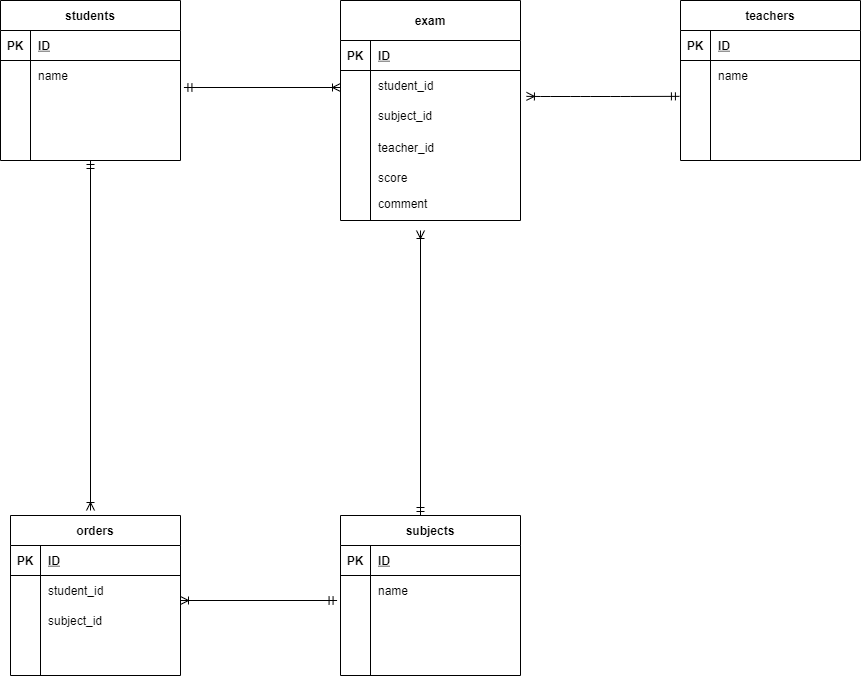
This is test.drawio.png from KentaIzu/DB, a draw.io export, as it was before one commit. Source tidied: cells renumbered, new cells last; positions are measured from the earlier drawing's top-left corner, leaving out a move shared by most shapes.
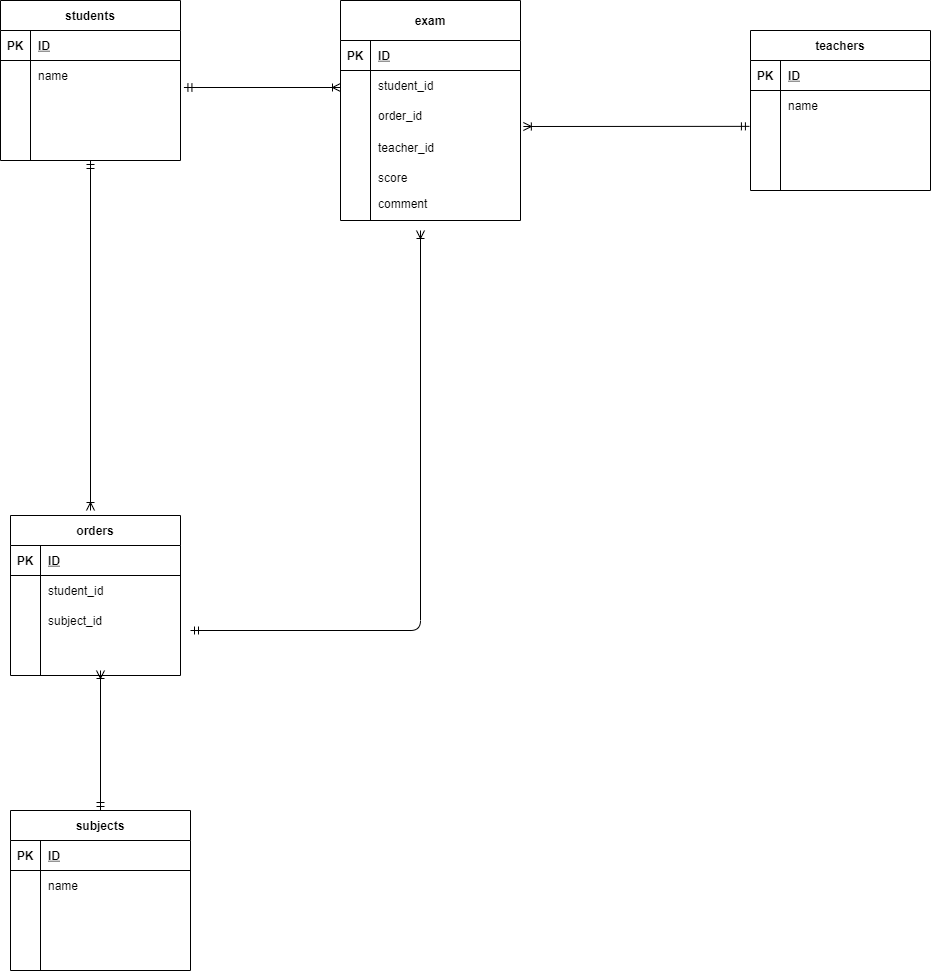
After the change.

Change to the diagram source:
```diff
@@ -42,7 +42,7 @@
       <mxGeometry x="30" width="150" height="30" as="geometry" />
     </mxCell>
     <mxCell id="15" value="teachers" style="shape=table;startSize=30;rowLines=0;fontStyle=1;align=center;" parent="1" vertex="1">
-      <mxGeometry x="680" width="180" height="160" as="geometry" />
+      <mxGeometry x="750" y="30" width="180" height="160" as="geometry" />
     </mxCell>
     <mxCell id="16" style="shape=partialRectangle;fillColor=none;top=0;left=0;bottom=1;right=0;" parent="15" vertex="1">
       <mxGeometry y="30" width="180" height="30" as="geometry" />
@@ -132,17 +132,13 @@
     <mxCell id="43" value="score" style="shape=partialRectangle;fillColor=none;top=0;left=0;bottom=0;right=0;align=left;spacingLeft=6;overflow=hidden;" parent="1" vertex="1">
       <mxGeometry x="370" y="150" width="160" height="53" as="geometry" />
     </mxCell>
-    <mxCell id="44" style="fontSize=12;html=1;endArrow=ERoneToMany;startArrow=ERmandOne;entryX=1.033;entryY=0.862;entryDx=0;entryDy=0;entryPerimeter=0;exitX=-0.006;exitY=0.195;exitDx=0;exitDy=0;exitPerimeter=0;" parent="1" edge="1" source="22" target="62">
+    <mxCell id="44" style="fontSize=12;html=1;endArrow=ERoneToMany;startArrow=ERmandOne;exitX=-0.006;exitY=0.195;exitDx=0;exitDy=0;exitPerimeter=0;" parent="1" edge="1" source="22">
       <mxGeometry relative="1" as="geometry">
-        <Array as="points">
-          <mxPoint x="620" y="96" />
-          <mxPoint x="580" y="96" />
-          <mxPoint x="540" y="96" />
-        </Array>
+        <mxPoint x="522.9" y="126" as="targetPoint" />
       </mxGeometry>
     </mxCell>
     <mxCell id="45" value="subjects" style="shape=table;startSize=30;rowLines=0;fontStyle=1;align=center;" parent="1" vertex="1">
-      <mxGeometry x="340" y="515" width="180" height="160" as="geometry" />
+      <mxGeometry x="10" y="810" width="180" height="160" as="geometry" />
     </mxCell>
     <mxCell id="46" style="shape=partialRectangle;fillColor=none;top=0;left=0;bottom=1;right=0;" parent="45" vertex="1">
       <mxGeometry y="30" width="180" height="30" as="geometry" />
@@ -207,18 +203,20 @@
     <mxCell id="66" style="shape=partialRectangle;fillColor=none;top=0;left=0;bottom=0;right=0;overflow=hidden;" parent="65" vertex="1">
       <mxGeometry width="30" height="30" as="geometry" />
     </mxCell>
-    <mxCell id="67" value="subject_id" style="shape=partialRectangle;fillColor=none;top=0;left=0;bottom=0;right=0;align=left;spacingLeft=6;overflow=hidden;" parent="65" vertex="1">
+    <mxCell id="67" value="order_id" style="shape=partialRectangle;fillColor=none;top=0;left=0;bottom=0;right=0;align=left;spacingLeft=6;overflow=hidden;" parent="65" vertex="1">
       <mxGeometry x="30" width="150" height="30" as="geometry" />
     </mxCell>
-    <mxCell id="68" style="fontSize=12;html=1;endArrow=ERoneToMany;startArrow=ERmandOne;exitX=1.019;exitY=-0.1;exitDx=0;exitDy=0;exitPerimeter=0;" parent="1" edge="1">
+    <mxCell id="68" style="fontSize=12;html=1;endArrow=ERoneToMany;startArrow=ERmandOne;entryX=0.5;entryY=0;entryDx=0;entryDy=0;exitX=0.5;exitY=0;exitDx=0;exitDy=0;" parent="1" edge="1" source="45">
       <mxGeometry relative="1" as="geometry">
-        <mxPoint x="336.6" y="600" as="sourcePoint" />
-        <mxPoint x="180" y="600" as="targetPoint" />
+        <mxPoint x="100" y="670" as="targetPoint" />
+        <Array as="points">
+          <mxPoint x="100" y="670" />
+        </Array>
       </mxGeometry>
     </mxCell>
-    <mxCell id="69" style="fontSize=12;html=1;endArrow=ERoneToMany;startArrow=ERmandOne;exitX=0.5;exitY=1;exitDx=0;exitDy=0;edgeStyle=orthogonalEdgeStyle;" parent="1" edge="1">
+    <mxCell id="69" style="fontSize=12;html=1;endArrow=ERoneToMany;startArrow=ERmandOne;edgeStyle=orthogonalEdgeStyle;" parent="1" edge="1">
       <mxGeometry relative="1" as="geometry">
-        <mxPoint x="420" y="515" as="sourcePoint" />
+        <mxPoint x="190" y="630" as="sourcePoint" />
         <mxPoint x="420" y="230" as="targetPoint" />
       </mxGeometry>
     </mxCell>
```
